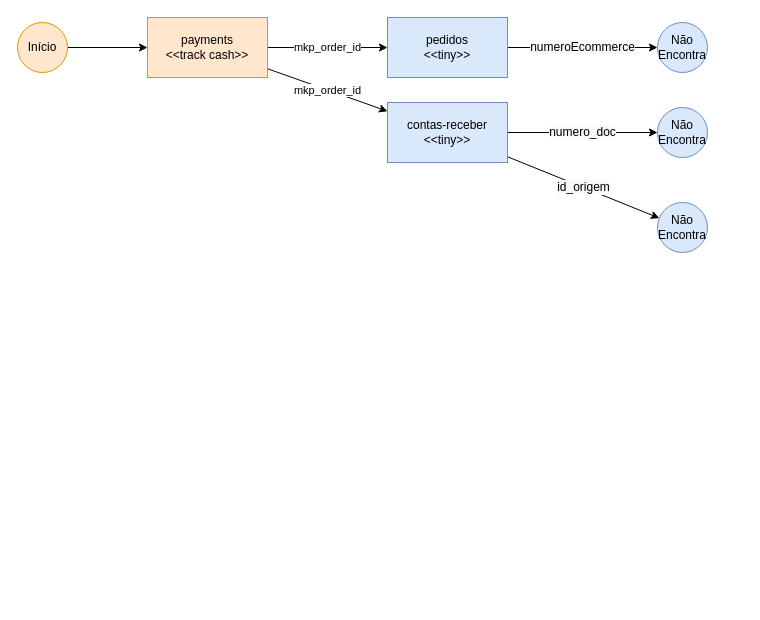
ddsdaniel/tiny-mais keeps this draw.io diagram as docs/baixa-recebiveis.drawio. Above is the earlier version. Source tidied: cells renumbered, new cells numbered last; positions are measured from the earlier drawing's top-left corner, leaving out a move shared by most shapes. Both pictures are drawn from the tidied source at 100%, with x=0, y=0 at pixel (17, 17).
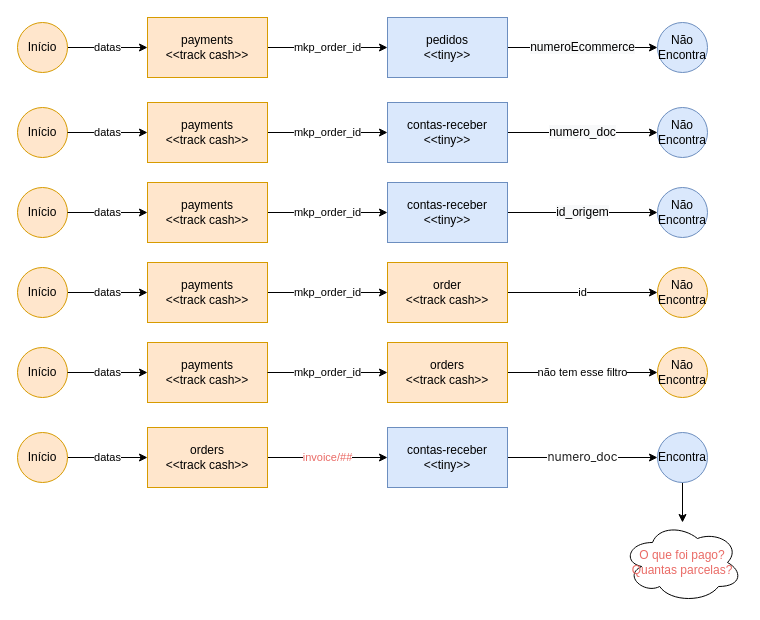
The same page after the edit.

The change refers to these unchanged cells:
```xml
<mxCell id="3" value="Início" style="ellipse;whiteSpace=wrap;html=1;fillColor=#ffe6cc;strokeColor=#d79b00;" parent="1" vertex="1">
  <mxGeometry y="5" width="50" height="50" as="geometry" />
</mxCell>
<mxCell id="6" value="payments&lt;br&gt;&amp;lt;&amp;lt;track cash&amp;gt;&amp;gt;" style="rounded=0;whiteSpace=wrap;html=1;fillColor=#ffe6cc;strokeColor=#d79b00;" parent="1" vertex="1">
  <mxGeometry x="130" width="120" height="60" as="geometry" />
</mxCell>
<mxCell id="12" value="contas-receber&lt;br&gt;&amp;lt;&amp;lt;tiny&amp;gt;&amp;gt;" style="rounded=0;whiteSpace=wrap;html=1;fillColor=#dae8fc;strokeColor=#6c8ebf;" parent="1" vertex="1">
  <mxGeometry x="370" y="85" width="120" height="60" as="geometry" />
</mxCell>
```

The edit, as a diff of the source:
```diff
@@
-    <mxCell id="2" style="edgeStyle=orthogonalEdgeStyle;rounded=0;jettySize=auto;html=1;" parent="1" edge="1" source="3" target="6">
+    <mxCell id="2" value="datas" style="edgeStyle=orthogonalEdgeStyle;rounded=0;jettySize=auto;html=1;" parent="1" edge="1" source="3" target="6">
       <mxGeometry relative="1" as="geometry" />
     </mxCell>
@@
-    <mxCell id="5" value="mkp_order_id" style="edgeStyle=none;rounded=0;jettySize=auto;html=1;" parent="1" edge="1" source="6" target="12">
+    <mxCell id="5" value="mkp_order_id" style="edgeStyle=none;rounded=0;jettySize=auto;html=1;" parent="1" edge="1" source="24" target="12">
       <mxGeometry relative="1" as="geometry" />
     </mxCell>
+    <mxCell id="15" value="mkp_order_id" style="rounded=0;jettySize=auto;html=1;" parent="1" edge="1" source="21" target="17">
+      <mxGeometry relative="1" as="geometry" />
+    </mxCell>
@@
-    <mxCell id="11" value="&lt;span style=&quot;font-size: 12px ; background-color: rgb(248 , 249 , 250)&quot;&gt;id_origem&lt;/span&gt;" style="rounded=0;jettySize=auto;html=1;" parent="1" edge="1" source="12" target="14">
+    <mxCell id="11" value="&lt;span style=&quot;font-size: 12px ; background-color: rgb(248 , 249 , 250)&quot;&gt;id_origem&lt;/span&gt;" style="rounded=0;jettySize=auto;html=1;" parent="1" edge="1" source="29" target="14">
       <mxGeometry relative="1" as="geometry" />
     </mxCell>
@@
     <mxCell id="14" value="Não Encontra" style="ellipse;whiteSpace=wrap;html=1;fillColor=#dae8fc;strokeColor=#6c8ebf;" parent="1" vertex="1">
-      <mxGeometry x="640" y="185" width="50" height="50" as="geometry" />
+      <mxGeometry x="640" y="170" width="50" height="50" as="geometry" />
     </mxCell>
+    <mxCell id="16" value="id" style="edgeStyle=none;rounded=0;jettySize=auto;html=1;" parent="1" edge="1" source="17" target="18">
+      <mxGeometry relative="1" as="geometry" />
+    </mxCell>
+    <mxCell id="17" value="order&lt;br&gt;&amp;lt;&amp;lt;track cash&amp;gt;&amp;gt;" style="rounded=0;whiteSpace=wrap;html=1;fillColor=#ffe6cc;strokeColor=#d79b00;" parent="1" vertex="1">
+      <mxGeometry x="370" y="245" width="120" height="60" as="geometry" />
+    </mxCell>
+    <mxCell id="18" value="Não Encontra" style="ellipse;whiteSpace=wrap;html=1;fillColor=#ffe6cc;strokeColor=#d79b00;" parent="1" vertex="1">
+      <mxGeometry x="640" y="250" width="50" height="50" as="geometry" />
+    </mxCell>
+    <mxCell id="19" value="datas" style="edgeStyle=none;rounded=0;jettySize=auto;html=1;" parent="1" edge="1" source="20" target="21">
+      <mxGeometry relative="1" as="geometry" />
+    </mxCell>
+    <mxCell id="20" value="Início" style="ellipse;whiteSpace=wrap;html=1;fillColor=#ffe6cc;strokeColor=#d79b00;" parent="1" vertex="1">
+      <mxGeometry y="250" width="50" height="50" as="geometry" />
+    </mxCell>
+    <mxCell id="21" value="payments&lt;br&gt;&amp;lt;&amp;lt;track cash&amp;gt;&amp;gt;" style="rounded=0;whiteSpace=wrap;html=1;fillColor=#ffe6cc;strokeColor=#d79b00;" parent="1" vertex="1">
+      <mxGeometry x="130" y="245" width="120" height="60" as="geometry" />
+    </mxCell>
+    <mxCell id="22" value="Início" style="ellipse;whiteSpace=wrap;html=1;fillColor=#ffe6cc;strokeColor=#d79b00;" parent="1" vertex="1">
+      <mxGeometry y="90" width="50" height="50" as="geometry" />
+    </mxCell>
+    <mxCell id="23" value="datas" style="edgeStyle=orthogonalEdgeStyle;rounded=0;jettySize=auto;html=1;" parent="1" edge="1" source="22" target="24">
+      <mxGeometry relative="1" as="geometry" />
+    </mxCell>
+    <mxCell id="24" value="payments&lt;br&gt;&amp;lt;&amp;lt;track cash&amp;gt;&amp;gt;" style="rounded=0;whiteSpace=wrap;html=1;fillColor=#ffe6cc;strokeColor=#d79b00;" parent="1" vertex="1">
+      <mxGeometry x="130" y="85" width="120" height="60" as="geometry" />
+    </mxCell>
+    <mxCell id="25" value="Início" style="ellipse;whiteSpace=wrap;html=1;fillColor=#ffe6cc;strokeColor=#d79b00;" parent="1" vertex="1">
+      <mxGeometry y="170" width="50" height="50" as="geometry" />
+    </mxCell>
+    <mxCell id="26" value="datas" style="edgeStyle=orthogonalEdgeStyle;rounded=0;jettySize=auto;html=1;" parent="1" edge="1" source="25" target="28">
+      <mxGeometry relative="1" as="geometry" />
+    </mxCell>
+    <mxCell id="27" value="mkp_order_id" style="edgeStyle=none;rounded=0;jettySize=auto;html=1;" parent="1" edge="1" source="28" target="29">
+      <mxGeometry relative="1" as="geometry" />
+    </mxCell>
+    <mxCell id="28" value="payments&lt;br&gt;&amp;lt;&amp;lt;track cash&amp;gt;&amp;gt;" style="rounded=0;whiteSpace=wrap;html=1;fillColor=#ffe6cc;strokeColor=#d79b00;" parent="1" vertex="1">
+      <mxGeometry x="130" y="165" width="120" height="60" as="geometry" />
+    </mxCell>
+    <mxCell id="29" value="contas-receber&lt;br&gt;&amp;lt;&amp;lt;tiny&amp;gt;&amp;gt;" style="rounded=0;whiteSpace=wrap;html=1;fillColor=#dae8fc;strokeColor=#6c8ebf;" parent="1" vertex="1">
+      <mxGeometry x="370" y="165" width="120" height="60" as="geometry" />
+    </mxCell>
+    <mxCell id="30" value="não tem esse filtro" style="edgeStyle=none;rounded=0;jettySize=auto;html=1;" parent="1" edge="1" source="31" target="36">
+      <mxGeometry relative="1" as="geometry" />
+    </mxCell>
+    <mxCell id="31" value="orders&lt;br&gt;&amp;lt;&amp;lt;track cash&amp;gt;&amp;gt;" style="rounded=0;whiteSpace=wrap;html=1;fillColor=#ffe6cc;strokeColor=#d79b00;" parent="1" vertex="1">
+      <mxGeometry x="370" y="325" width="120" height="60" as="geometry" />
+    </mxCell>
+    <mxCell id="32" value="Início" style="ellipse;whiteSpace=wrap;html=1;fillColor=#ffe6cc;strokeColor=#d79b00;" parent="1" vertex="1">
+      <mxGeometry y="330" width="50" height="50" as="geometry" />
+    </mxCell>
+    <mxCell id="33" value="datas" style="edgeStyle=none;rounded=0;jettySize=auto;html=1;" parent="1" edge="1" source="32" target="34">
+      <mxGeometry relative="1" as="geometry" />
+    </mxCell>
+    <mxCell id="34" value="payments&lt;br&gt;&amp;lt;&amp;lt;track cash&amp;gt;&amp;gt;" style="rounded=0;whiteSpace=wrap;html=1;fillColor=#ffe6cc;strokeColor=#d79b00;" parent="1" vertex="1">
+      <mxGeometry x="130" y="325" width="120" height="60" as="geometry" />
+    </mxCell>
+    <mxCell id="35" value="mkp_order_id" style="rounded=0;jettySize=auto;html=1;" parent="1" edge="1" source="34">
+      <mxGeometry relative="1" as="geometry">
+        <mxPoint x="370" y="355" as="targetPoint" />
+      </mxGeometry>
+    </mxCell>
+    <mxCell id="36" value="Não Encontra" style="ellipse;whiteSpace=wrap;html=1;fillColor=#ffe6cc;strokeColor=#d79b00;" parent="1" vertex="1">
+      <mxGeometry x="640" y="330" width="50" height="50" as="geometry" />
+    </mxCell>
+    <mxCell id="37" value="datas" style="edgeStyle=none;rounded=0;jettySize=auto;html=1;" parent="1" edge="1" source="38" target="40">
+      <mxGeometry relative="1" as="geometry" />
+    </mxCell>
+    <mxCell id="38" value="Início" style="ellipse;whiteSpace=wrap;html=1;fillColor=#ffe6cc;strokeColor=#d79b00;" parent="1" vertex="1">
+      <mxGeometry y="415" width="50" height="50" as="geometry" />
+    </mxCell>
+    <mxCell id="39" value="invoice/##" style="edgeStyle=none;rounded=0;jettySize=auto;html=1;fontColor=#EA6B66;" parent="1" edge="1" source="40" target="42">
+      <mxGeometry relative="1" as="geometry" />
+    </mxCell>
+    <mxCell id="40" value="orders&lt;br&gt;&amp;lt;&amp;lt;track cash&amp;gt;&amp;gt;" style="rounded=0;whiteSpace=wrap;html=1;fillColor=#ffe6cc;strokeColor=#d79b00;" parent="1" vertex="1">
+      <mxGeometry x="130" y="410" width="120" height="60" as="geometry" />
+    </mxCell>
+    <mxCell id="41" value="&lt;span style=&quot;color: rgb(33 , 33 , 33) ; font-family: &amp;#34;inter&amp;#34; , &amp;#34;opensans&amp;#34; , &amp;#34;helvetica&amp;#34; , &amp;#34;arial&amp;#34; , sans-serif ; font-size: 12px ; text-align: left&quot;&gt;numero_doc&lt;/span&gt;" style="edgeStyle=none;rounded=0;jettySize=auto;html=1;fontColor=#EA6B66;" parent="1" edge="1" source="42" target="45">
+      <mxGeometry relative="1" as="geometry" />
+    </mxCell>
+    <mxCell id="42" value="contas-receber&lt;br&gt;&amp;lt;&amp;lt;tiny&amp;gt;&amp;gt;" style="rounded=0;whiteSpace=wrap;html=1;fillColor=#dae8fc;strokeColor=#6c8ebf;" parent="1" vertex="1">
+      <mxGeometry x="370" y="410" width="120" height="60" as="geometry" />
+    </mxCell>
+    <mxCell id="43" value="O que foi pago?&lt;br&gt;Quantas parcelas?" style="ellipse;shape=cloud;whiteSpace=wrap;html=1;fontColor=#EA6B66;" parent="1" vertex="1">
+      <mxGeometry x="605" y="505" width="120" height="80" as="geometry" />
+    </mxCell>
+    <mxCell id="44" style="edgeStyle=none;rounded=0;jettySize=auto;html=1;fontColor=#EA6B66;" parent="1" edge="1" source="45" target="43">
+      <mxGeometry relative="1" as="geometry" />
+    </mxCell>
+    <mxCell id="45" value="Encontra" style="ellipse;whiteSpace=wrap;html=1;fillColor=#dae8fc;strokeColor=#6c8ebf;" parent="1" vertex="1">
+      <mxGeometry x="640" y="415" width="50" height="50" as="geometry" />
+    </mxCell>
```
